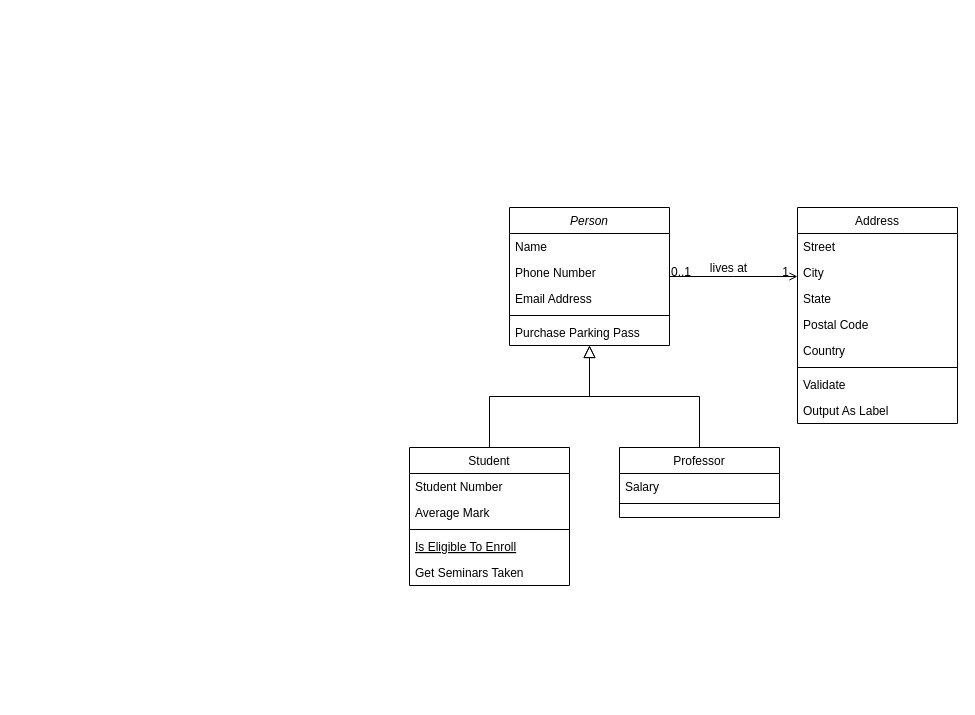
hygelinger/datasharing keeps this draw.io diagram as Flujo flota.drawio. Above is the earlier version. Source tidied: cells renumbered, new cells numbered last; positions are measured from the earlier drawing's top-left corner, leaving out a move shared by most shapes. Both pictures are drawn from the tidied source at 100%, with x=0, y=0 at pixel (409, 207).
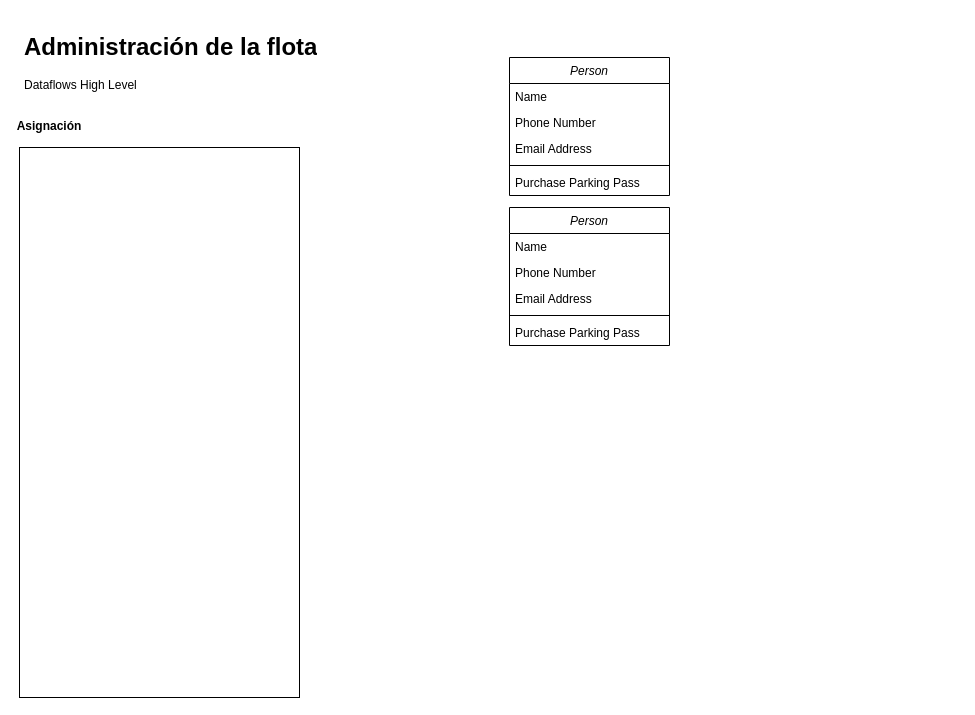
Above is the later version.

The change refers to these unchanged cells:
```xml
<mxCell id="2" value="Person" style="swimlane;fontStyle=2;align=center;verticalAlign=top;horizontal=1;startSize=26;rounded=0;shadow=0;strokeWidth=1;" parent="1" vertex="1">
  <mxGeometry x="100" width="160" height="138" as="geometry" />
</mxCell>
```

What changed in the source:
```diff
@@
-    <mxCell id="8" value="Student" style="swimlane;fontStyle=0;align=center;verticalAlign=top;horizontal=1;startSize=26;rounded=0;shadow=0;strokeWidth=1;" parent="1" vertex="1">
-      <mxGeometry y="240" width="160" height="138" as="geometry" />
-    </mxCell>
-    <mxCell id="9" value="Student Number" style="text;align=left;verticalAlign=top;spacingLeft=4;spacingRight=4;overflow=hidden;" parent="8" vertex="1">
-      <mxGeometry y="26" width="160" height="26" as="geometry" />
-    </mxCell>
-    <mxCell id="10" value="Average Mark" style="text;align=left;verticalAlign=top;spacingLeft=4;spacingRight=4;overflow=hidden;rounded=0;shadow=0;html=0;" parent="8" vertex="1">
-      <mxGeometry y="52" width="160" height="26" as="geometry" />
-    </mxCell>
-    <mxCell id="11" style="line;html=1;strokeWidth=1;align=left;verticalAlign=middle;spacingTop=-1;spacingLeft=3;spacingRight=3;labelPosition=right;" parent="8" vertex="1">
-      <mxGeometry y="78" width="160" height="8" as="geometry" />
-    </mxCell>
-    <mxCell id="12" value="Is Eligible To Enroll" style="text;align=left;verticalAlign=top;spacingLeft=4;spacingRight=4;overflow=hidden;fontStyle=4;" parent="8" vertex="1">
-      <mxGeometry y="86" width="160" height="26" as="geometry" />
-    </mxCell>
-    <mxCell id="13" value="Get Seminars Taken" style="text;align=left;verticalAlign=top;spacingLeft=4;spacingRight=4;overflow=hidden;" parent="8" vertex="1">
-      <mxGeometry y="112" width="160" height="26" as="geometry" />
-    </mxCell>
-    <mxCell id="14" style="endArrow=block;endSize=10;endFill=0;shadow=0;strokeWidth=1;rounded=0;edgeStyle=elbowEdgeStyle;elbow=vertical;" parent="1" edge="1" source="8" target="2">
-      <mxGeometry relative="1" as="geometry" />
-    </mxCell>
-    <mxCell id="15" value="Professor" style="swimlane;fontStyle=0;align=center;verticalAlign=top;horizontal=1;startSize=26;rounded=0;shadow=0;strokeWidth=1;" parent="1" vertex="1">
-      <mxGeometry x="210" y="240" width="160" height="70" as="geometry" />
-    </mxCell>
-    <mxCell id="16" value="Salary" style="text;align=left;verticalAlign=top;spacingLeft=4;spacingRight=4;overflow=hidden;" parent="15" vertex="1">
-      <mxGeometry y="26" width="160" height="26" as="geometry" />
-    </mxCell>
-    <mxCell id="17" style="line;html=1;strokeWidth=1;align=left;verticalAlign=middle;spacingTop=-1;spacingLeft=3;spacingRight=3;labelPosition=right;" parent="15" vertex="1">
-      <mxGeometry y="52" width="160" height="8" as="geometry" />
-    </mxCell>
-    <mxCell id="18" style="endArrow=block;endSize=10;endFill=0;shadow=0;strokeWidth=1;rounded=0;edgeStyle=elbowEdgeStyle;elbow=vertical;" parent="1" edge="1" source="15" target="2">
-      <mxGeometry relative="1" as="geometry" />
-    </mxCell>
-    <mxCell id="19" value="Address" style="swimlane;fontStyle=0;align=center;verticalAlign=top;horizontal=1;startSize=26;rounded=0;shadow=0;strokeWidth=1;" parent="1" vertex="1">
-      <mxGeometry x="388" width="160" height="216" as="geometry" />
-    </mxCell>
-    <mxCell id="20" value="Street" style="text;align=left;verticalAlign=top;spacingLeft=4;spacingRight=4;overflow=hidden;" parent="19" vertex="1">
-      <mxGeometry y="26" width="160" height="26" as="geometry" />
-    </mxCell>
-    <mxCell id="21" value="City" style="text;align=left;verticalAlign=top;spacingLeft=4;spacingRight=4;overflow=hidden;rounded=0;shadow=0;html=0;" parent="19" vertex="1">
-      <mxGeometry y="52" width="160" height="26" as="geometry" />
-    </mxCell>
-    <mxCell id="22" value="State" style="text;align=left;verticalAlign=top;spacingLeft=4;spacingRight=4;overflow=hidden;rounded=0;shadow=0;html=0;" parent="19" vertex="1">
-      <mxGeometry y="78" width="160" height="26" as="geometry" />
-    </mxCell>
-    <mxCell id="23" value="Postal Code" style="text;align=left;verticalAlign=top;spacingLeft=4;spacingRight=4;overflow=hidden;rounded=0;shadow=0;html=0;" parent="19" vertex="1">
-      <mxGeometry y="104" width="160" height="26" as="geometry" />
-    </mxCell>
-    <mxCell id="24" value="Country" style="text;align=left;verticalAlign=top;spacingLeft=4;spacingRight=4;overflow=hidden;rounded=0;shadow=0;html=0;" parent="19" vertex="1">
-      <mxGeometry y="130" width="160" height="26" as="geometry" />
-    </mxCell>
-    <mxCell id="25" style="line;html=1;strokeWidth=1;align=left;verticalAlign=middle;spacingTop=-1;spacingLeft=3;spacingRight=3;labelPosition=right;" parent="19" vertex="1">
-      <mxGeometry y="156" width="160" height="8" as="geometry" />
-    </mxCell>
-    <mxCell id="26" value="Validate" style="text;align=left;verticalAlign=top;spacingLeft=4;spacingRight=4;overflow=hidden;" parent="19" vertex="1">
-      <mxGeometry y="164" width="160" height="26" as="geometry" />
-    </mxCell>
-    <mxCell id="27" value="Output As Label" style="text;align=left;verticalAlign=top;spacingLeft=4;spacingRight=4;overflow=hidden;" parent="19" vertex="1">
-      <mxGeometry y="190" width="160" height="26" as="geometry" />
-    </mxCell>
-    <mxCell id="28" style="endArrow=open;shadow=0;strokeWidth=1;rounded=0;endFill=1;edgeStyle=elbowEdgeStyle;elbow=vertical;" parent="1" edge="1" source="2" target="19">
-      <mxGeometry x="0.5" y="41" relative="1" as="geometry">
-        <mxPoint x="-40" y="32" as="offset" />
-      </mxGeometry>
-    </mxCell>
-    <mxCell id="29" value="0..1" style="align=left;verticalAlign=bottom;labelBackgroundColor=none;fontSize=12;" parent="28" vertex="1">
-      <mxGeometry x="-1" relative="1" as="geometry">
-        <mxPoint y="4" as="offset" />
-      </mxGeometry>
-    </mxCell>
-    <mxCell id="30" value="1" style="align=right;verticalAlign=bottom;labelBackgroundColor=none;fontSize=12;" parent="28" vertex="1">
-      <mxGeometry x="1" relative="1" as="geometry">
-        <mxPoint x="-7" y="4" as="offset" />
-      </mxGeometry>
-    </mxCell>
-    <mxCell id="31" value="lives at" style="text;html=1;align=center;verticalAlign=middle;labelBackgroundColor=none;rounded=0;shadow=0;strokeWidth=1;fontSize=12;" parent="28" vertex="1">
-      <mxGeometry x="0.5" y="49" relative="1" as="geometry">
-        <mxPoint x="-38" y="40" as="offset" />
-      </mxGeometry>
-    </mxCell>
+    <mxCell id="32" value="Person" style="swimlane;fontStyle=2;align=center;verticalAlign=top;horizontal=1;startSize=26;rounded=0;shadow=0;strokeWidth=1;" parent="1" vertex="1">
+      <mxGeometry x="100" y="-150" width="160" height="138" as="geometry" />
+    </mxCell>
+    <mxCell id="33" value="Name" style="text;align=left;verticalAlign=top;spacingLeft=4;spacingRight=4;overflow=hidden;" parent="32" vertex="1">
+      <mxGeometry y="26" width="160" height="26" as="geometry" />
+    </mxCell>
+    <mxCell id="34" value="Phone Number" style="text;align=left;verticalAlign=top;spacingLeft=4;spacingRight=4;overflow=hidden;rounded=0;shadow=0;html=0;" parent="32" vertex="1">
+      <mxGeometry y="52" width="160" height="26" as="geometry" />
+    </mxCell>
+    <mxCell id="35" value="Email Address" style="text;align=left;verticalAlign=top;spacingLeft=4;spacingRight=4;overflow=hidden;rounded=0;shadow=0;html=0;" parent="32" vertex="1">
+      <mxGeometry y="78" width="160" height="26" as="geometry" />
+    </mxCell>
+    <mxCell id="36" style="line;html=1;strokeWidth=1;align=left;verticalAlign=middle;spacingTop=-1;spacingLeft=3;spacingRight=3;labelPosition=right;" parent="32" vertex="1">
+      <mxGeometry y="104" width="160" height="8" as="geometry" />
+    </mxCell>
+    <mxCell id="37" value="Purchase Parking Pass" style="text;align=left;verticalAlign=top;spacingLeft=4;spacingRight=4;overflow=hidden;" parent="32" vertex="1">
+      <mxGeometry y="112" width="160" height="26" as="geometry" />
+    </mxCell>
+    <mxCell id="38" value="&lt;h1&gt;Administración de la flota&lt;/h1&gt;&lt;div&gt;Dataflows High Level&lt;/div&gt;" style="text;html=1;strokeColor=none;fillColor=none;spacing=5;spacingTop=-20;whiteSpace=wrap;overflow=hidden;rounded=0;" parent="1" vertex="1">
+      <mxGeometry x="-390" y="-180" width="380" height="120" as="geometry" />
+    </mxCell>
+    <mxCell id="39" style="rounded=0;whiteSpace=wrap;html=1;" parent="1" vertex="1">
+      <mxGeometry x="-390" y="-60" width="280" height="550" as="geometry" />
+    </mxCell>
+    <mxCell id="40" value="Asignación" style="text;html=1;strokeColor=none;fillColor=none;align=center;verticalAlign=middle;whiteSpace=wrap;rounded=0;glass=0;fontStyle=1;" parent="1" vertex="1">
+      <mxGeometry x="-390" y="-96" width="60" height="30" as="geometry" />
+    </mxCell>
```
